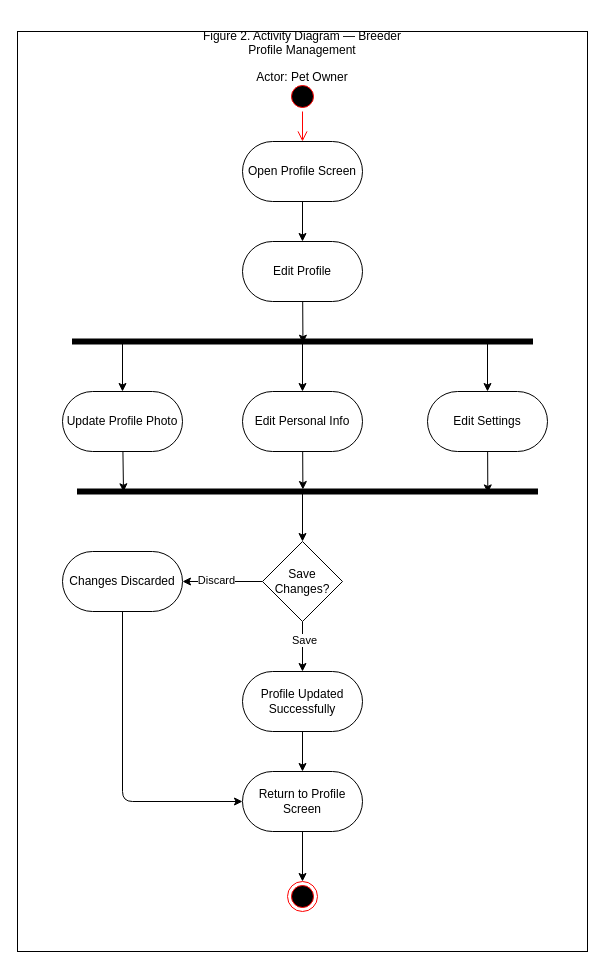
Chels013/Breedr-Diagrams keeps this draw.io diagram as ActivityDiagram_Figure2_USALLA.drawio. Above is the earlier version. Source tidied: cells renumbered, new cells numbered last; positions are measured from the earlier drawing's top-left corner, leaving out a move shared by most shapes. Both pictures are drawn from the tidied source at 100%, with x=0, y=0 at pixel (17, 31).
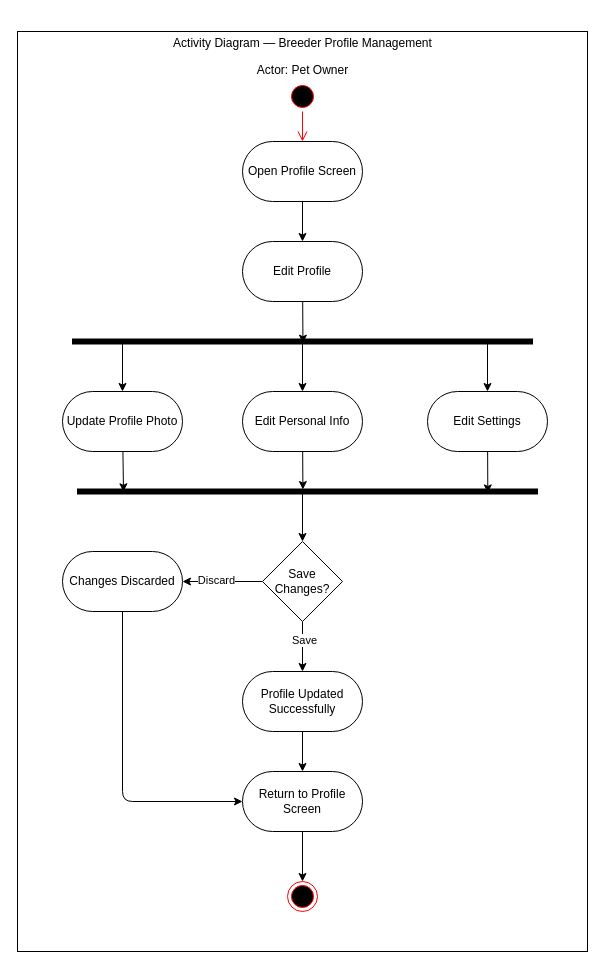
Above is the later version.

Commit message (it also covers changes not shown here):
Renaming Activity Diagrams

The edit, as a diff of the source:
```diff
@@
-    <mxCell id="3" value="&lt;p&gt;Figure 2. Activity Diagram — Breeder Profile Management&lt;/p&gt;&lt;p&gt;Actor: Pet Owner&lt;/p&gt;" style="text;html=1;align=center;verticalAlign=middle;whiteSpace=wrap;rounded=0;" parent="1" vertex="1">
-      <mxGeometry x="175" y="10" width="220" height="30" as="geometry" />
+    <mxCell id="3" value="&lt;p&gt;Activity Diagram — Breeder Profile Management&lt;/p&gt;&lt;p&gt;Actor: Pet Owner&lt;/p&gt;" style="text;html=1;align=center;verticalAlign=middle;whiteSpace=wrap;rounded=0;" parent="1" vertex="1">
+      <mxGeometry x="117.5" y="10" width="335" height="30" as="geometry" />
     </mxCell>
```
